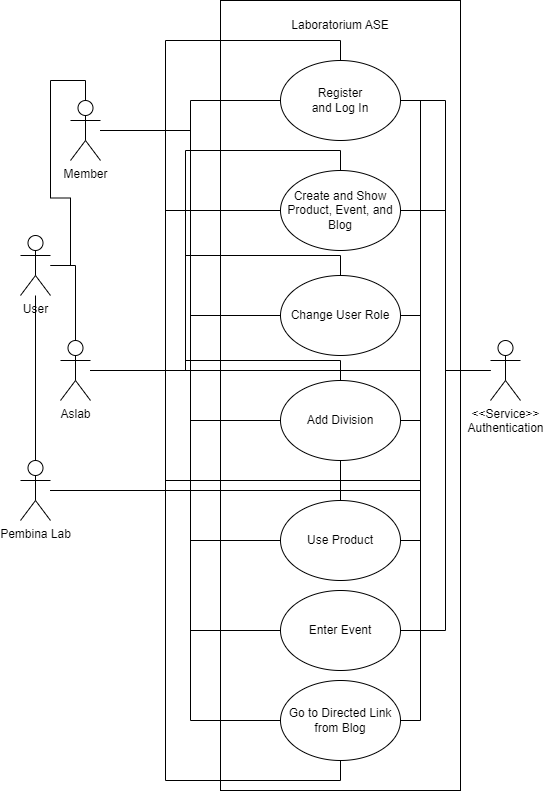
This is public/Use Case Diagram Laboratorium Advance Software Engineer.png from RafiAndeo/mini-project, a draw.io export, as it was before one commit. Source tidied: cells renumbered, new cells last; positions are measured from the earlier drawing's top-left corner, leaving out a move shared by most shapes. The source it was exported from:
```xml
<mxGraphModel>
  <root>
    <mxCell id="0" />
    <mxCell id="1" parent="0" />
    <mxCell id="2" style="verticalLabelPosition=bottom;verticalAlign=top;html=1;shape=mxgraph.basic.rect;fillColor2=none;strokeWidth=1;size=20;indent=5;" parent="1" vertex="1">
      <mxGeometry x="200" width="240" height="790" as="geometry" />
    </mxCell>
    <mxCell id="3" style="edgeStyle=orthogonalEdgeStyle;rounded=0;jettySize=auto;html=1;entryX=0;entryY=0.5;entryDx=0;entryDy=0;endArrow=none;endFill=0;" parent="1" edge="1" source="9" target="22">
      <mxGeometry relative="1" as="geometry" />
    </mxCell>
    <mxCell id="4" style="edgeStyle=orthogonalEdgeStyle;rounded=0;jettySize=auto;html=1;entryX=0;entryY=0.5;entryDx=0;entryDy=0;endArrow=none;endFill=0;" parent="1" edge="1" source="9" target="37">
      <mxGeometry relative="1" as="geometry" />
    </mxCell>
    <mxCell id="5" style="edgeStyle=orthogonalEdgeStyle;rounded=0;jettySize=auto;html=1;entryX=0;entryY=0.5;entryDx=0;entryDy=0;endArrow=none;endFill=0;" parent="1" edge="1" source="9" target="38">
      <mxGeometry relative="1" as="geometry" />
    </mxCell>
    <mxCell id="6" style="edgeStyle=orthogonalEdgeStyle;rounded=0;jettySize=auto;html=1;entryX=0;entryY=0.5;entryDx=0;entryDy=0;endArrow=none;endFill=0;" parent="1" edge="1" source="9" target="39">
      <mxGeometry relative="1" as="geometry" />
    </mxCell>
    <mxCell id="7" style="edgeStyle=orthogonalEdgeStyle;rounded=0;jettySize=auto;html=1;entryX=0;entryY=0.5;entryDx=0;entryDy=0;endArrow=none;endFill=0;" parent="1" edge="1" source="9" target="40">
      <mxGeometry relative="1" as="geometry" />
    </mxCell>
    <mxCell id="8" style="edgeStyle=orthogonalEdgeStyle;rounded=0;jettySize=auto;html=1;entryX=0;entryY=0.5;entryDx=0;entryDy=0;endArrow=none;endFill=0;" parent="1" edge="1" source="9" target="41">
      <mxGeometry relative="1" as="geometry" />
    </mxCell>
    <mxCell id="9" value="Member" style="shape=umlActor;verticalLabelPosition=bottom;verticalAlign=top;html=1;outlineConnect=0;" parent="1" vertex="1">
      <mxGeometry x="50" y="100" width="30" height="60" as="geometry" />
    </mxCell>
    <mxCell id="10" style="edgeStyle=orthogonalEdgeStyle;rounded=0;jettySize=auto;html=1;entryX=1;entryY=0.5;entryDx=0;entryDy=0;endArrow=none;endFill=0;" parent="1" edge="1" source="13" target="22">
      <mxGeometry relative="1" as="geometry" />
    </mxCell>
    <mxCell id="11" style="edgeStyle=orthogonalEdgeStyle;rounded=0;jettySize=auto;html=1;entryX=1;entryY=0.5;entryDx=0;entryDy=0;endArrow=none;endFill=0;" parent="1" edge="1" source="13" target="36">
      <mxGeometry relative="1" as="geometry" />
    </mxCell>
    <mxCell id="12" style="edgeStyle=orthogonalEdgeStyle;rounded=0;jettySize=auto;html=1;entryX=1;entryY=0.5;entryDx=0;entryDy=0;endArrow=none;endFill=0;" parent="1" edge="1" source="13" target="39">
      <mxGeometry relative="1" as="geometry" />
    </mxCell>
    <mxCell id="13" value="&amp;lt;&amp;lt;Service&amp;gt;&amp;gt;&lt;br&gt;Authentication" style="shape=umlActor;verticalLabelPosition=bottom;verticalAlign=top;html=1;outlineConnect=0;" parent="1" vertex="1">
      <mxGeometry x="470" y="340" width="30" height="60" as="geometry" />
    </mxCell>
    <mxCell id="14" value="Laboratorium ASE" style="text;html=1;strokeColor=none;fillColor=none;align=center;verticalAlign=middle;whiteSpace=wrap;rounded=0;" parent="1" vertex="1">
      <mxGeometry x="250" y="10" width="140" height="30" as="geometry" />
    </mxCell>
    <mxCell id="15" style="edgeStyle=orthogonalEdgeStyle;rounded=0;jettySize=auto;html=1;entryX=0.5;entryY=0;entryDx=0;entryDy=0;endArrow=none;endFill=0;" parent="1" edge="1" source="21" target="22">
      <mxGeometry relative="1" as="geometry" />
    </mxCell>
    <mxCell id="16" style="edgeStyle=orthogonalEdgeStyle;rounded=0;jettySize=auto;html=1;entryX=0;entryY=0.5;entryDx=0;entryDy=0;endArrow=none;endFill=0;" parent="1" edge="1" source="21" target="36">
      <mxGeometry relative="1" as="geometry" />
    </mxCell>
    <mxCell id="17" style="edgeStyle=orthogonalEdgeStyle;rounded=0;jettySize=auto;html=1;entryX=1;entryY=0.5;entryDx=0;entryDy=0;endArrow=none;endFill=0;" parent="1" edge="1" source="21" target="37">
      <mxGeometry relative="1" as="geometry" />
    </mxCell>
    <mxCell id="18" style="edgeStyle=orthogonalEdgeStyle;rounded=0;jettySize=auto;html=1;entryX=1;entryY=0.5;entryDx=0;entryDy=0;endArrow=none;endFill=0;" parent="1" edge="1" source="21" target="38">
      <mxGeometry relative="1" as="geometry" />
    </mxCell>
    <mxCell id="19" style="edgeStyle=orthogonalEdgeStyle;rounded=0;jettySize=auto;html=1;entryX=0.5;entryY=1;entryDx=0;entryDy=0;endArrow=none;endFill=0;" parent="1" edge="1" source="21" target="40">
      <mxGeometry relative="1" as="geometry" />
    </mxCell>
    <mxCell id="20" style="edgeStyle=orthogonalEdgeStyle;rounded=0;jettySize=auto;html=1;entryX=1;entryY=0.5;entryDx=0;entryDy=0;endArrow=none;endFill=0;" parent="1" edge="1" source="21" target="41">
      <mxGeometry relative="1" as="geometry" />
    </mxCell>
    <mxCell id="21" value="Pembina Lab" style="shape=umlActor;verticalLabelPosition=bottom;verticalAlign=top;html=1;outlineConnect=0;" parent="1" vertex="1">
      <mxGeometry y="460" width="30" height="60" as="geometry" />
    </mxCell>
    <mxCell id="22" style="ellipse;whiteSpace=wrap;html=1;fontStyle=4;" parent="1" vertex="1">
      <mxGeometry x="260" y="60" width="120" height="80" as="geometry" />
    </mxCell>
    <mxCell id="23" value="Register and Log In" style="text;html=1;strokeColor=none;fillColor=none;align=center;verticalAlign=middle;whiteSpace=wrap;rounded=0;" parent="1" vertex="1">
      <mxGeometry x="290" y="85" width="60" height="30" as="geometry" />
    </mxCell>
    <mxCell id="24" style="edgeStyle=orthogonalEdgeStyle;rounded=0;jettySize=auto;html=1;endArrow=none;endFill=0;entryX=0.5;entryY=0;entryDx=0;entryDy=0;entryPerimeter=0;" parent="1" edge="1" source="27" target="9">
      <mxGeometry relative="1" as="geometry" />
    </mxCell>
    <mxCell id="25" style="edgeStyle=orthogonalEdgeStyle;rounded=0;jettySize=auto;html=1;entryX=0.5;entryY=0;entryDx=0;entryDy=0;entryPerimeter=0;endArrow=none;endFill=0;" parent="1" edge="1" source="27" target="35">
      <mxGeometry relative="1" as="geometry" />
    </mxCell>
    <mxCell id="26" style="edgeStyle=orthogonalEdgeStyle;rounded=0;jettySize=auto;html=1;entryX=0.5;entryY=0;entryDx=0;entryDy=0;entryPerimeter=0;endArrow=none;endFill=0;" parent="1" edge="1" source="27" target="21">
      <mxGeometry relative="1" as="geometry" />
    </mxCell>
    <mxCell id="27" value="User" style="shape=umlActor;verticalLabelPosition=bottom;verticalAlign=top;html=1;outlineConnect=0;" parent="1" vertex="1">
      <mxGeometry y="235" width="30" height="60" as="geometry" />
    </mxCell>
    <mxCell id="28" style="edgeStyle=orthogonalEdgeStyle;rounded=0;jettySize=auto;html=1;entryX=1;entryY=0.5;entryDx=0;entryDy=0;endArrow=none;endFill=0;" parent="1" edge="1" source="35" target="22">
      <mxGeometry relative="1" as="geometry" />
    </mxCell>
    <mxCell id="29" style="edgeStyle=orthogonalEdgeStyle;rounded=0;jettySize=auto;html=1;entryX=0.5;entryY=0;entryDx=0;entryDy=0;endArrow=none;endFill=0;" parent="1" edge="1" source="35" target="36">
      <mxGeometry relative="1" as="geometry" />
    </mxCell>
    <mxCell id="30" style="edgeStyle=orthogonalEdgeStyle;rounded=0;jettySize=auto;html=1;entryX=0.5;entryY=0;entryDx=0;entryDy=0;endArrow=none;endFill=0;" parent="1" edge="1" source="35" target="37">
      <mxGeometry relative="1" as="geometry" />
    </mxCell>
    <mxCell id="31" style="edgeStyle=orthogonalEdgeStyle;rounded=0;jettySize=auto;html=1;entryX=0.5;entryY=0;entryDx=0;entryDy=0;endArrow=none;endFill=0;" parent="1" edge="1" source="35" target="38">
      <mxGeometry relative="1" as="geometry" />
    </mxCell>
    <mxCell id="32" style="edgeStyle=orthogonalEdgeStyle;rounded=0;jettySize=auto;html=1;entryX=1;entryY=0.5;entryDx=0;entryDy=0;endArrow=none;endFill=0;" parent="1" edge="1" source="35" target="39">
      <mxGeometry relative="1" as="geometry" />
    </mxCell>
    <mxCell id="33" style="edgeStyle=orthogonalEdgeStyle;rounded=0;jettySize=auto;html=1;entryX=1;entryY=0.5;entryDx=0;entryDy=0;endArrow=none;endFill=0;" parent="1" edge="1" source="35" target="40">
      <mxGeometry relative="1" as="geometry" />
    </mxCell>
    <mxCell id="34" style="edgeStyle=orthogonalEdgeStyle;rounded=0;jettySize=auto;html=1;entryX=0.5;entryY=0;entryDx=0;entryDy=0;endArrow=none;endFill=0;" parent="1" edge="1" source="35" target="41">
      <mxGeometry relative="1" as="geometry" />
    </mxCell>
    <mxCell id="35" value="Aslab" style="shape=umlActor;verticalLabelPosition=bottom;verticalAlign=top;html=1;outlineConnect=0;" parent="1" vertex="1">
      <mxGeometry x="40" y="340" width="30" height="60" as="geometry" />
    </mxCell>
    <mxCell id="36" value="Create and Show Product, Event, and Blog" style="ellipse;whiteSpace=wrap;html=1;" parent="1" vertex="1">
      <mxGeometry x="260" y="170" width="120" height="80" as="geometry" />
    </mxCell>
    <mxCell id="37" value="Change User Role" style="ellipse;whiteSpace=wrap;html=1;" parent="1" vertex="1">
      <mxGeometry x="260" y="275" width="120" height="80" as="geometry" />
    </mxCell>
    <mxCell id="38" value="Use Product" style="ellipse;whiteSpace=wrap;html=1;" parent="1" vertex="1">
      <mxGeometry x="260" y="500" width="120" height="80" as="geometry" />
    </mxCell>
    <mxCell id="39" value="Enter Event" style="ellipse;whiteSpace=wrap;html=1;" parent="1" vertex="1">
      <mxGeometry x="260" y="590" width="120" height="80" as="geometry" />
    </mxCell>
    <mxCell id="40" value="Go to Directed Link from Blog" style="ellipse;whiteSpace=wrap;html=1;" parent="1" vertex="1">
      <mxGeometry x="260" y="680" width="120" height="80" as="geometry" />
    </mxCell>
    <mxCell id="41" value="Add Division" style="ellipse;whiteSpace=wrap;html=1;" parent="1" vertex="1">
      <mxGeometry x="260" y="380" width="120" height="80" as="geometry" />
    </mxCell>
  </root>
</mxGraphModel>
```
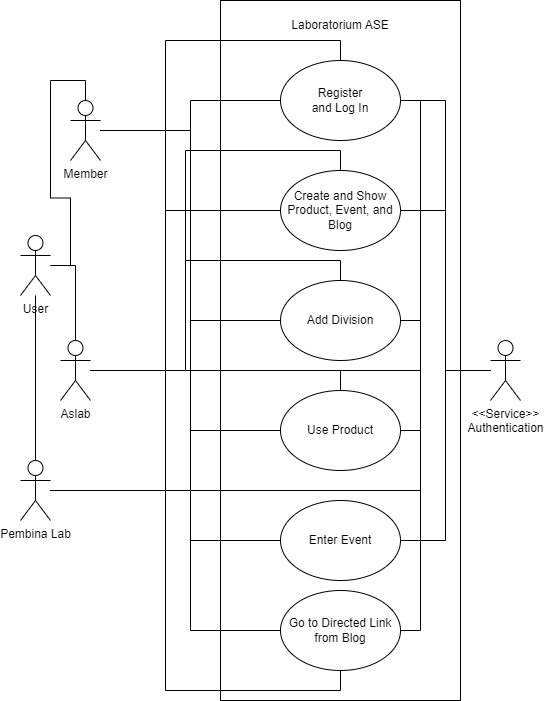
Later version of the same file.

What changed in the source:
```diff
@@ -3,14 +3,11 @@
     <mxCell id="0" />
     <mxCell id="1" parent="0" />
     <mxCell id="2" style="verticalLabelPosition=bottom;verticalAlign=top;html=1;shape=mxgraph.basic.rect;fillColor2=none;strokeWidth=1;size=20;indent=5;" parent="1" vertex="1">
-      <mxGeometry x="200" width="240" height="790" as="geometry" />
+      <mxGeometry x="200" width="240" height="700" as="geometry" />
     </mxCell>
     <mxCell id="3" style="edgeStyle=orthogonalEdgeStyle;rounded=0;jettySize=auto;html=1;entryX=0;entryY=0.5;entryDx=0;entryDy=0;endArrow=none;endFill=0;" parent="1" edge="1" source="9" target="22">
       <mxGeometry relative="1" as="geometry" />
     </mxCell>
-    <mxCell id="4" style="edgeStyle=orthogonalEdgeStyle;rounded=0;jettySize=auto;html=1;entryX=0;entryY=0.5;entryDx=0;entryDy=0;endArrow=none;endFill=0;" parent="1" edge="1" source="9" target="37">
-      <mxGeometry relative="1" as="geometry" />
-    </mxCell>
     <mxCell id="5" style="edgeStyle=orthogonalEdgeStyle;rounded=0;jettySize=auto;html=1;entryX=0;entryY=0.5;entryDx=0;entryDy=0;endArrow=none;endFill=0;" parent="1" edge="1" source="9" target="38">
       <mxGeometry relative="1" as="geometry" />
     </mxCell>
@@ -47,9 +44,6 @@
     <mxCell id="16" style="edgeStyle=orthogonalEdgeStyle;rounded=0;jettySize=auto;html=1;entryX=0;entryY=0.5;entryDx=0;entryDy=0;endArrow=none;endFill=0;" parent="1" edge="1" source="21" target="36">
       <mxGeometry relative="1" as="geometry" />
     </mxCell>
-    <mxCell id="17" style="edgeStyle=orthogonalEdgeStyle;rounded=0;jettySize=auto;html=1;entryX=1;entryY=0.5;entryDx=0;entryDy=0;endArrow=none;endFill=0;" parent="1" edge="1" source="21" target="37">
-      <mxGeometry relative="1" as="geometry" />
-    </mxCell>
     <mxCell id="18" style="edgeStyle=orthogonalEdgeStyle;rounded=0;jettySize=auto;html=1;entryX=1;entryY=0.5;entryDx=0;entryDy=0;endArrow=none;endFill=0;" parent="1" edge="1" source="21" target="38">
       <mxGeometry relative="1" as="geometry" />
     </mxCell>
@@ -86,9 +80,6 @@
     <mxCell id="29" style="edgeStyle=orthogonalEdgeStyle;rounded=0;jettySize=auto;html=1;entryX=0.5;entryY=0;entryDx=0;entryDy=0;endArrow=none;endFill=0;" parent="1" edge="1" source="35" target="36">
       <mxGeometry relative="1" as="geometry" />
     </mxCell>
-    <mxCell id="30" style="edgeStyle=orthogonalEdgeStyle;rounded=0;jettySize=auto;html=1;entryX=0.5;entryY=0;entryDx=0;entryDy=0;endArrow=none;endFill=0;" parent="1" edge="1" source="35" target="37">
-      <mxGeometry relative="1" as="geometry" />
-    </mxCell>
     <mxCell id="31" style="edgeStyle=orthogonalEdgeStyle;rounded=0;jettySize=auto;html=1;entryX=0.5;entryY=0;entryDx=0;entryDy=0;endArrow=none;endFill=0;" parent="1" edge="1" source="35" target="38">
       <mxGeometry relative="1" as="geometry" />
     </mxCell>
@@ -107,20 +98,17 @@
     <mxCell id="36" value="Create and Show Product, Event, and Blog" style="ellipse;whiteSpace=wrap;html=1;" parent="1" vertex="1">
       <mxGeometry x="260" y="170" width="120" height="80" as="geometry" />
     </mxCell>
-    <mxCell id="37" value="Change User Role" style="ellipse;whiteSpace=wrap;html=1;" parent="1" vertex="1">
-      <mxGeometry x="260" y="275" width="120" height="80" as="geometry" />
-    </mxCell>
     <mxCell id="38" value="Use Product" style="ellipse;whiteSpace=wrap;html=1;" parent="1" vertex="1">
-      <mxGeometry x="260" y="500" width="120" height="80" as="geometry" />
+      <mxGeometry x="260" y="390" width="120" height="80" as="geometry" />
     </mxCell>
     <mxCell id="39" value="Enter Event" style="ellipse;whiteSpace=wrap;html=1;" parent="1" vertex="1">
-      <mxGeometry x="260" y="590" width="120" height="80" as="geometry" />
+      <mxGeometry x="260" y="500" width="120" height="80" as="geometry" />
     </mxCell>
     <mxCell id="40" value="Go to Directed Link from Blog" style="ellipse;whiteSpace=wrap;html=1;" parent="1" vertex="1">
-      <mxGeometry x="260" y="680" width="120" height="80" as="geometry" />
+      <mxGeometry x="260" y="590" width="120" height="80" as="geometry" />
     </mxCell>
     <mxCell id="41" value="Add Division" style="ellipse;whiteSpace=wrap;html=1;" parent="1" vertex="1">
-      <mxGeometry x="260" y="380" width="120" height="80" as="geometry" />
+      <mxGeometry x="260" y="280" width="120" height="80" as="geometry" />
     </mxCell>
   </root>
 </mxGraphModel>
```
